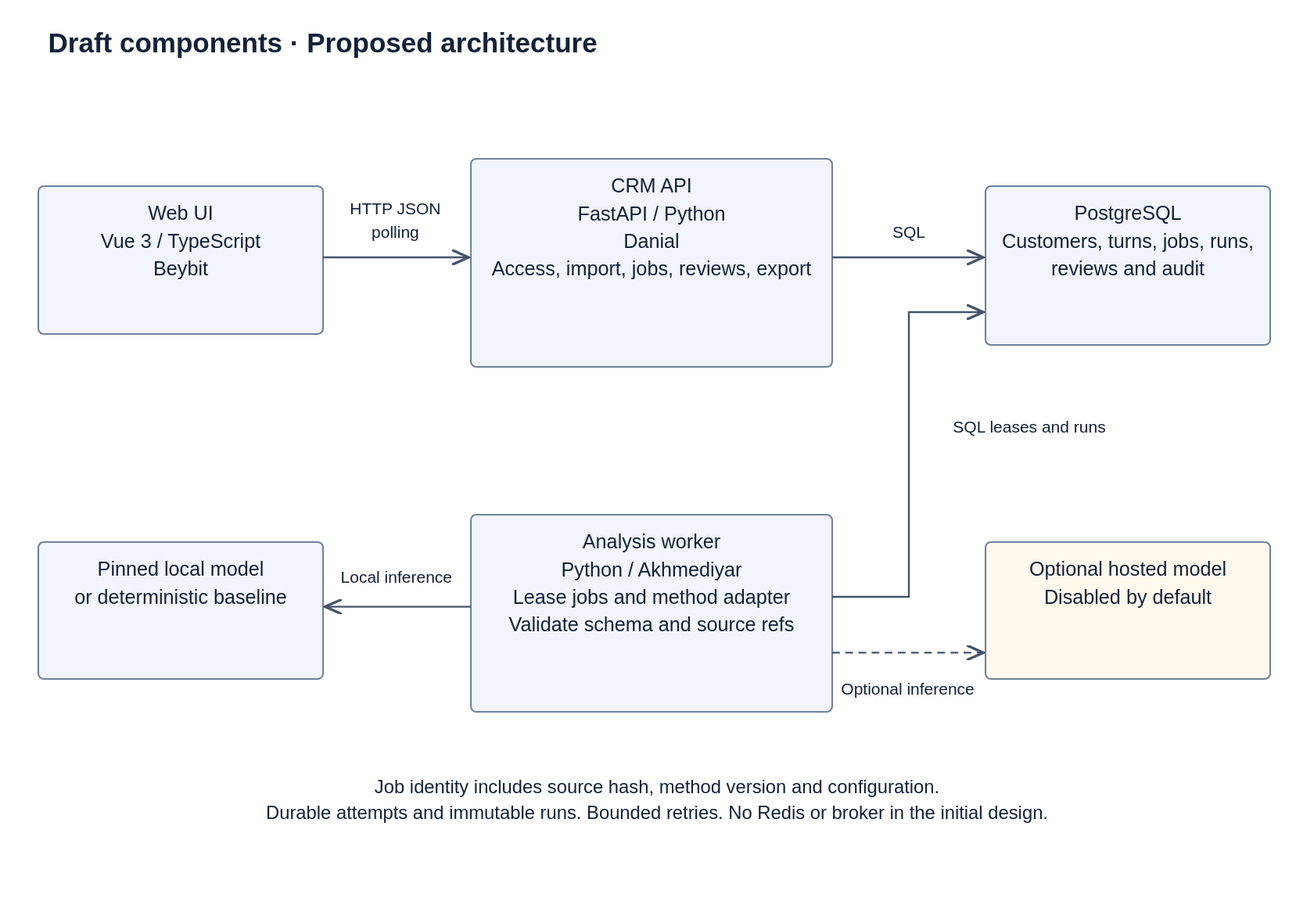
The PlantUML diagram diagrams/exports/components.svg in dinfy07/intelligent-crm-platform, before a commit. Its source is kept beside it as diagrams/src/components.puml.
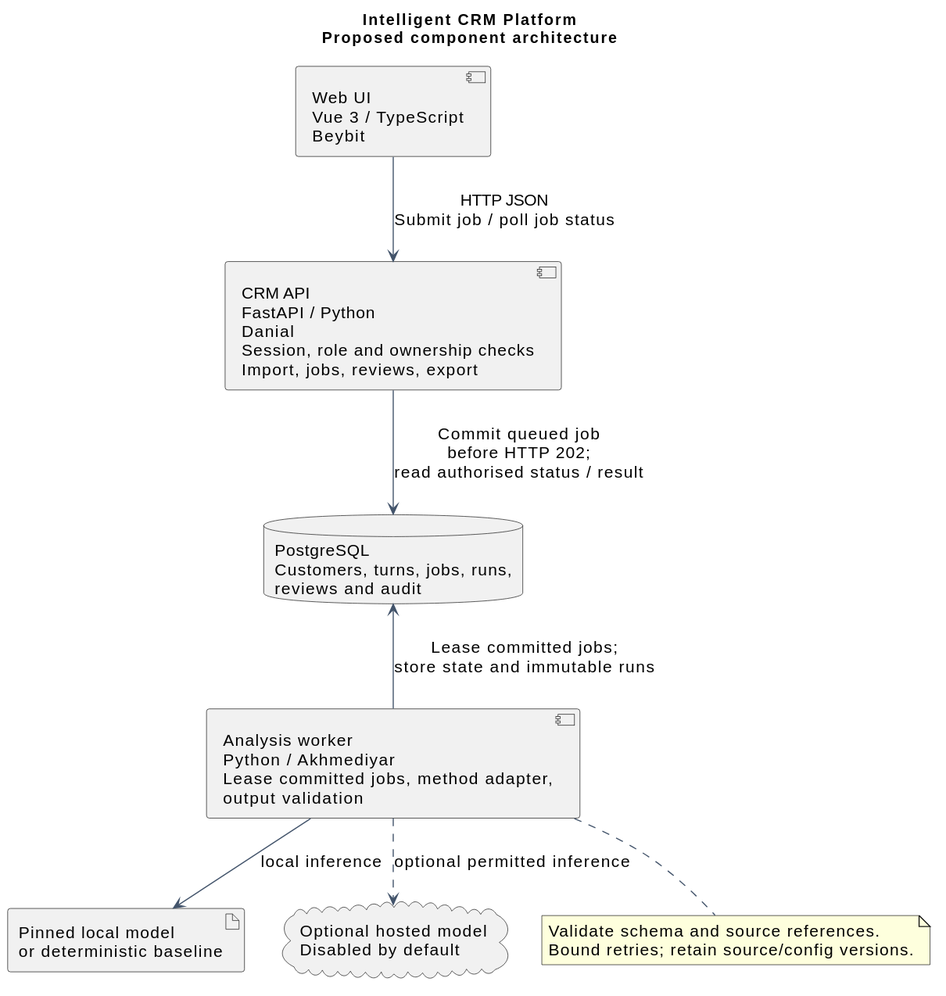
After the change.

Commit message:
CRM-7: clarify durable jobs and access checks in the component diagram

Clarify the proposed API transaction before HTTP 202, worker leasing, and server-side session, role and ownership checks. Update the editable source and readable SVG together.

AI-assisted preparation delegated by the team. Author attribution records the responsible module owner; applied by dinfy07. Peer review is pending.

What changed in the source:
```diff
@@ -5,19 +5,19 @@
 skinparam ArrowColor #43546B
 skinparam defaultFontSize 15
 skinparam componentStyle uml2
-title Draft component diagram — proposed architecture
-left to right direction
+title Intelligent CRM Platform\nProposed component architecture
+top to bottom direction
 component "Web UI\nVue 3 / TypeScript\nBeybit" as UI
-component "CRM API\nFastAPI / Python\nDanial\nAccess, import, jobs, reviews, export" as API
+component "CRM API\nFastAPI / Python\nDanial\nSession, role and ownership checks\nImport, jobs, reviews, export" as API
 database "PostgreSQL\nCustomers, turns, jobs, runs,\nreviews and audit" as DB
-component "Analysis worker\nPython / Akhmediyar\nLease jobs, method adapter,\noutput validation" as Worker
+component "Analysis worker\nPython / Akhmediyar\nLease committed jobs, method adapter,\noutput validation" as Worker
 artifact "Pinned local model\nor deterministic baseline" as Model
 cloud "Optional hosted model\nDisabled by default" as Hosted
-UI --> API : HTTP JSON / polling
-API --> DB : SQL transactions
-Worker --> DB : SQL leases and immutable runs
-Worker --> Model : local inference
-Worker ..> Hosted : optional permitted inference
+UI -down-> API : HTTP JSON\nSubmit job / poll job status
+API -down-> DB : Commit queued job\nbefore HTTP 202;\nread authorised status / result
+Worker -up-> DB : Lease committed jobs;\nstore state and immutable runs
+Worker -down-> Model : local inference
+Worker .down.> Hosted : optional permitted inference
 note bottom of Worker
 Validate schema and source references.
 Bound retries; retain source/config versions.
```
